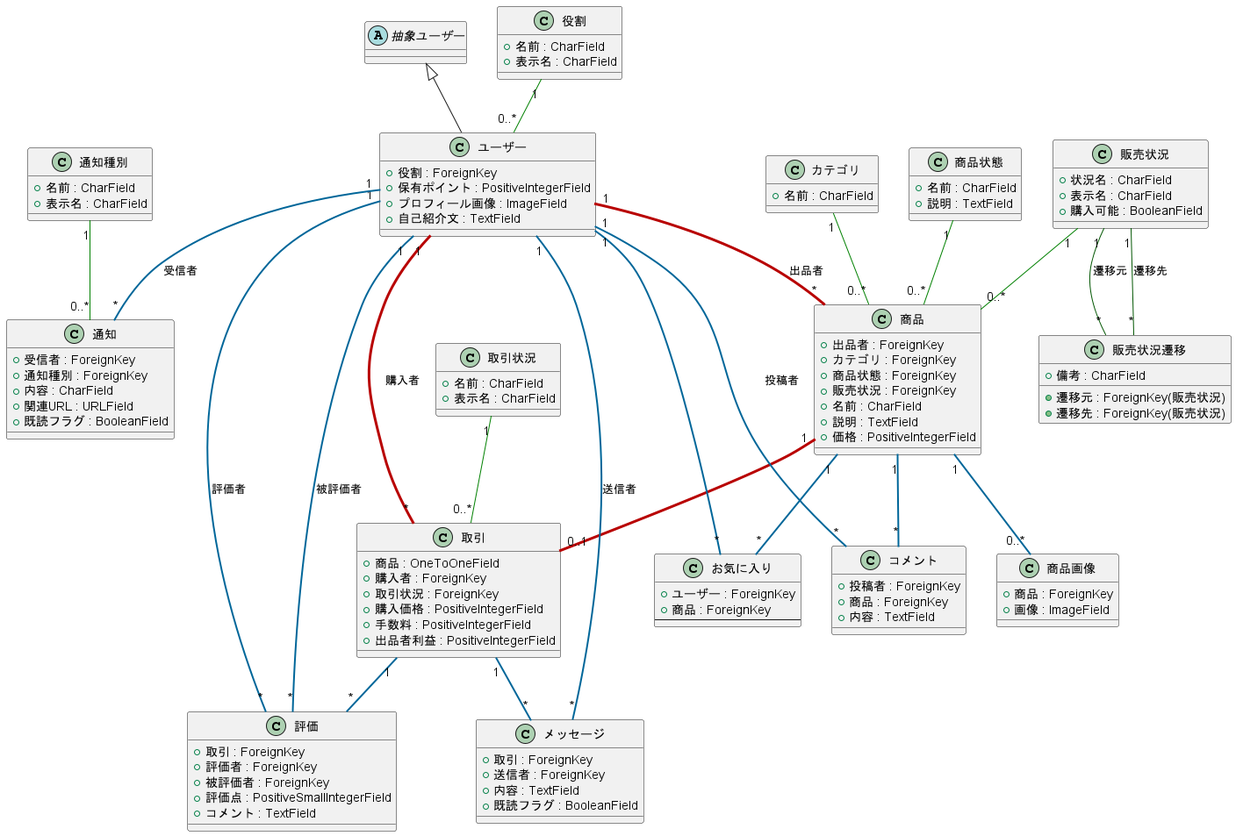
Above: Design/image/Japanese_Model.png in kairi-fujii/PythonSystemDevelopment (PlantUML), before the change. The source it was exported from:
```plantuml
@startuml Japanese_Model

skinparam {
    BackgroundColor #FFFFFF, ArrowColor #505050, shadowing false,
    ClassAttributeIconSize 0, ClassBorderColor #333333, ClassBackgroundColor #FFFFF0,
}


abstract class "抽象ユーザー" as AbstractUser

class 役割 {
    + 名前 : CharField
    + 表示名 : CharField
}

class ユーザー {
    + 役割 : ForeignKey
    + 保有ポイント : PositiveIntegerField
    + プロフィール画像 : ImageField
    + 自己紹介文 : TextField
}

class カテゴリ {
    + 名前 : CharField
}

class 商品状態 {
    + 名前 : CharField
    + 説明 : TextField
}

class 販売状況 {
    + 状況名 : CharField
    + 表示名 : CharField
    + 購入可能 : BooleanField
}

class 取引状況 {
    + 名前 : CharField
    + 表示名 : CharField
}

class 販売状況遷移 {
    + 遷移元 : ForeignKey(販売状況)
    + 遷移先 : ForeignKey(販売状況)
    + 備考 : CharField
}

class 通知種別 {
    + 名前 : CharField
    + 表示名 : CharField
}

class 商品 {
    + 出品者 : ForeignKey
    + カテゴリ : ForeignKey
    + 商品状態 : ForeignKey
    + 販売状況 : ForeignKey
    + 名前 : CharField
    + 説明 : TextField
    + 価格 : PositiveIntegerField
}

class 商品画像 {
    + 商品 : ForeignKey
    + 画像 : ImageField
}

class 取引 {
    + 商品 : OneToOneField
    + 購入者 : ForeignKey
    + 取引状況 : ForeignKey
    + 購入価格 : PositiveIntegerField
    + 手数料 : PositiveIntegerField
    + 出品者利益 : PositiveIntegerField
}

class コメント {
    + 投稿者 : ForeignKey
    + 商品 : ForeignKey
    + 内容 : TextField
}

class お気に入り {
    + ユーザー : ForeignKey
    + 商品 : ForeignKey
    --
}

class メッセージ {
    + 取引 : ForeignKey
    + 送信者 : ForeignKey
    + 内容 : TextField
    + 既読フラグ : BooleanField
}

class 評価 {
    + 取引 : ForeignKey
    + 評価者 : ForeignKey
    + 被評価者 : ForeignKey
    + 評価点 : PositiveSmallIntegerField
    + コメント : TextField
}

class 通知 {
    + 受信者 : ForeignKey
    + 通知種別 : ForeignKey
    + 内容 : CharField
    + 関連URL : URLField
    + 既読フラグ : BooleanField
}



AbstractUser <|-- ユーザー

役割 "1" -[#008000,thickness=1]- "0..*" ユーザー

ユーザー "1" -[#B80000,thickness=3]- "*" 商品 : 出品者
ユーザー "1" -[#B80000,thickness=3]- "*" 取引 : 購入者
商品 "1" -[#B80000,thickness=3]- "0..1" 取引

ユーザー "1" -[#006699,thickness=2]- "*" コメント : 投稿者
ユーザー "1" -[#006699,thickness=2]- "*" お気に入り
ユーザー "1" -[#006699,thickness=2]- "*" メッセージ : 送信者
ユーザー "1" -[#006699,thickness=2]- "*" 評価 : 評価者
ユーザー "1" -[#006699,thickness=2]- "*" 評価 : 被評価者
ユーザー "1" -[#006699,thickness=2]- "*" 通知 : 受信者

商品 "1" -[#006699,thickness=2]- "*" コメント
商品 "1" -[#006699,thickness=2]- "*" お気に入り
商品 "1" -[#006699,thickness=2]- "0..*" 商品画像

取引 "1" -[#006699,thickness=2]- "*" メッセージ
取引 "1" -[#006699,thickness=2]- "*" 評価

カテゴリ "1" -[#008000,thickness=1]- "0..*" 商品
商品状態 "1" -[#008000,thickness=1]- "0..*" 商品
販売状況 "1" -[#008000,thickness=1]- "0..*" 商品
取引状況 "1" -[#008000,thickness=1]- "0..*" 取引
通知種別 "1" -[#008000,thickness=1]- "0..*" 通知

販売状況 "1" -[#005500,thickness=1]- "*" 販売状況遷移 : 遷移元
販売状況 "1" -[#005500,thickness=1]- "*" 販売状況遷移 : 遷移先

@enduml
```
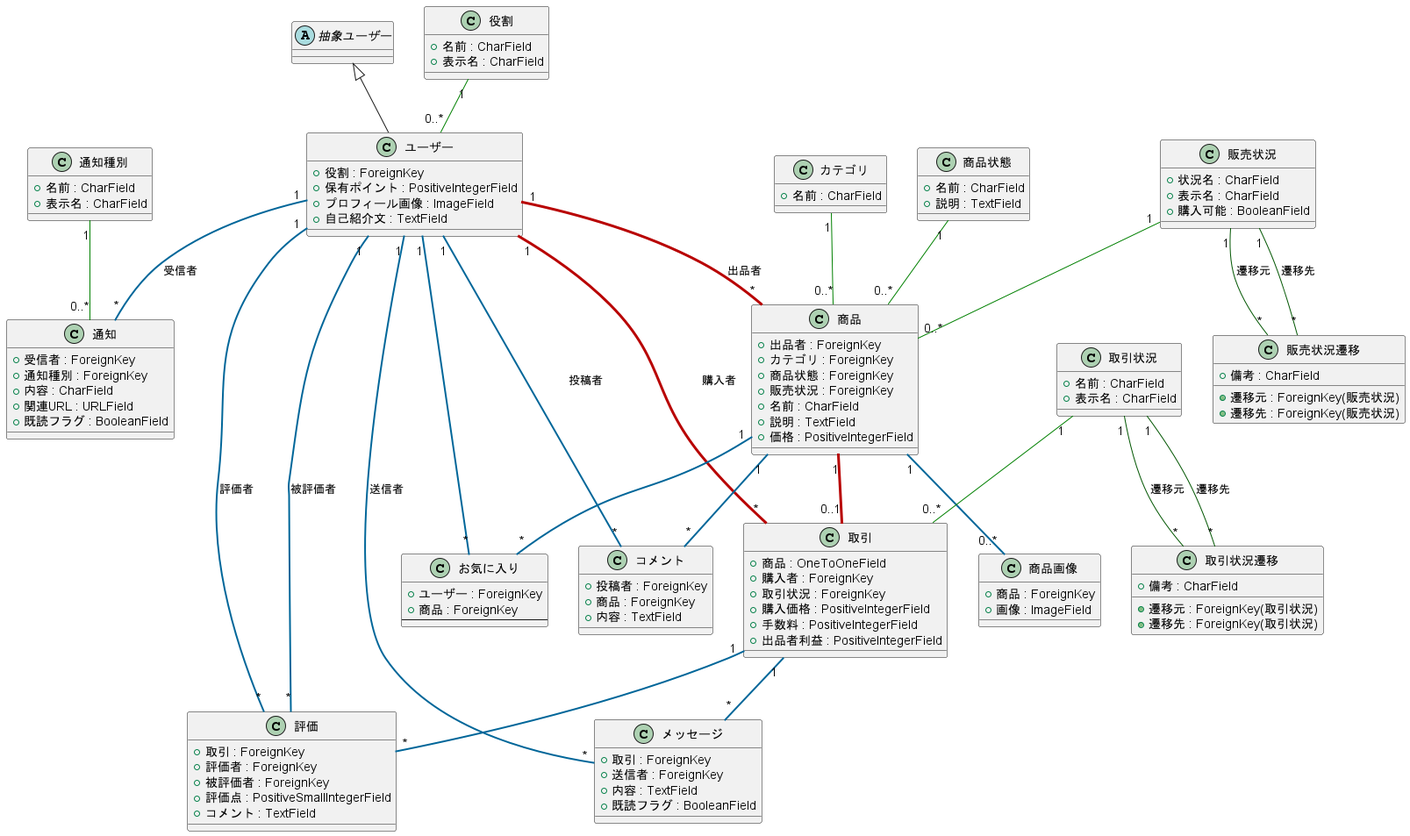
Above is the later version.

Change to the diagram source:
```diff
@@ -34,15 +34,20 @@
     + 表示名 : CharField
     + 購入可能 : BooleanField
 }
+class 販売状況遷移 {
+    + 遷移元 : ForeignKey(販売状況)
+    + 遷移先 : ForeignKey(販売状況)
+    + 備考 : CharField
+}
 
 class 取引状況 {
     + 名前 : CharField
     + 表示名 : CharField
 }
 
-class 販売状況遷移 {
-    + 遷移元 : ForeignKey(販売状況)
-    + 遷移先 : ForeignKey(販売状況)
+class 取引状況遷移 {
+    + 遷移元 : ForeignKey(取引状況)
+    + 遷移先 : ForeignKey(取引状況)
     + 備考 : CharField
 }
 
@@ -143,4 +148,7 @@
 販売状況 "1" -[#005500,thickness=1]- "*" 販売状況遷移 : 遷移元
 販売状況 "1" -[#005500,thickness=1]- "*" 販売状況遷移 : 遷移先
 
+取引状況 "1" -[#005500,thickness=1]- "*" 取引状況遷移 : 遷移元
+取引状況 "1" -[#005500,thickness=1]- "*" 取引状況遷移 : 遷移先
+
 @enduml
```
